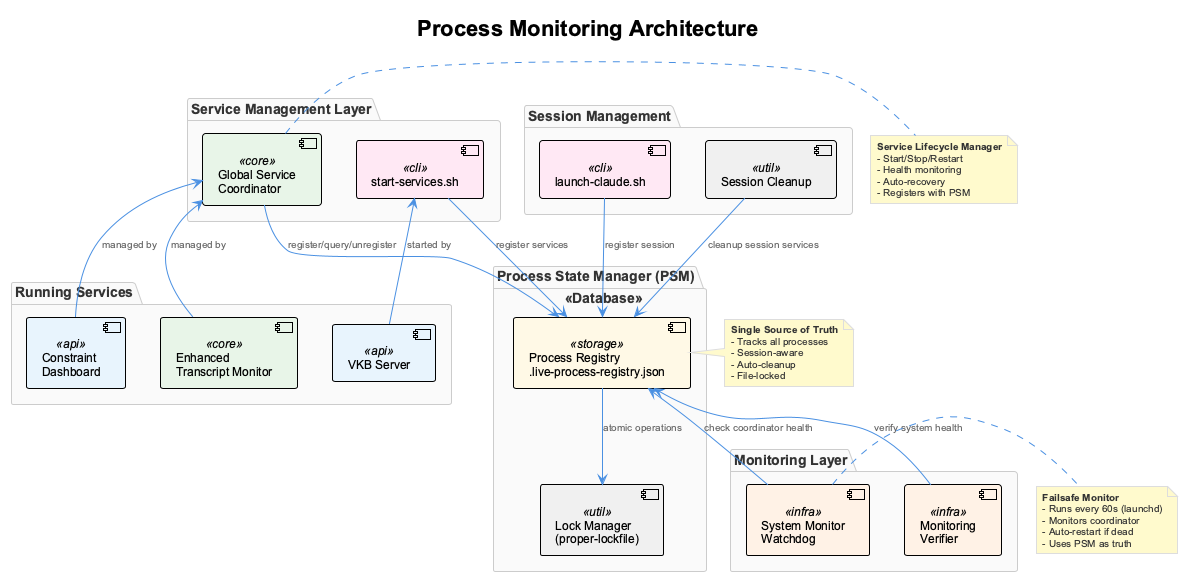
Above: docs-content/images/monitoring-architecture.png in fwornle/coding (PlantUML), before the change.
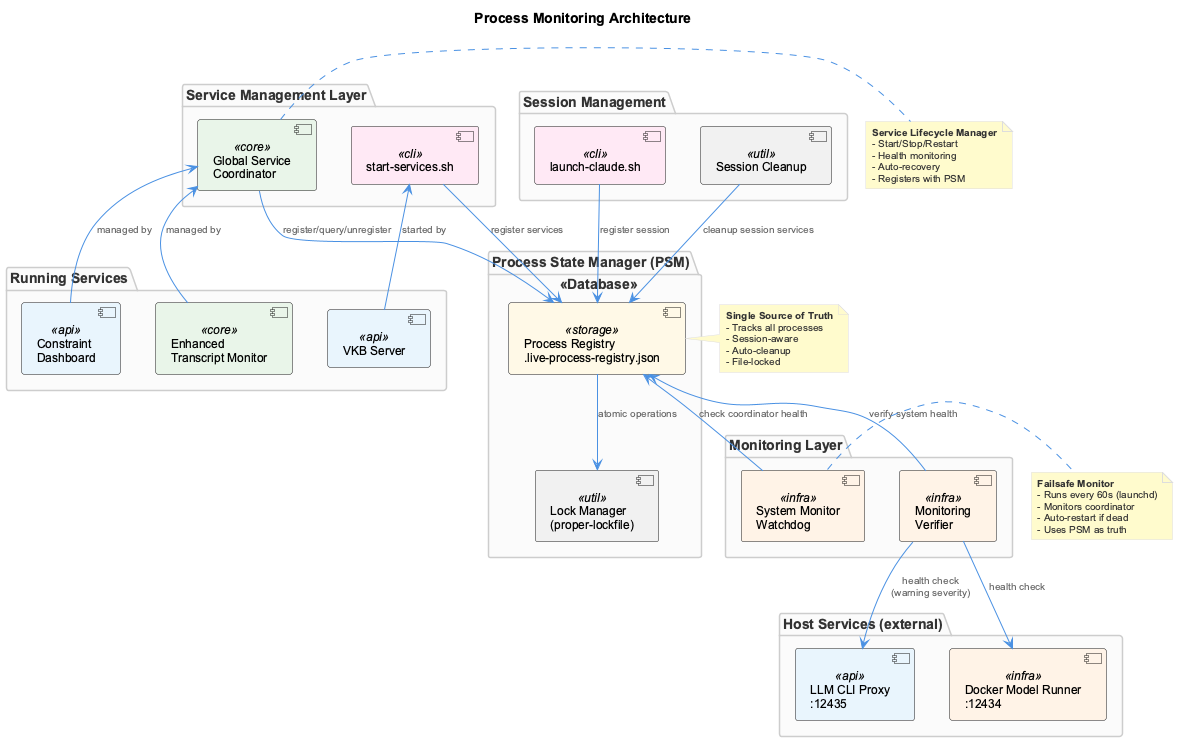
After the commit.

Change to the diagram source:
```diff
@@ -33,6 +33,11 @@
   component [VKB Server] as VKB <<api>>
 }
 
+package "Host Services (external)" {
+  component [LLM CLI Proxy\n:12435] as LLMProxy <<api>>
+  component [Docker Model Runner\n:12434] as DMR <<infra>>
+}
+
 LaunchClaude -down-> PSM_Registry : register session
 Cleanup -down-> PSM_Registry : cleanup session services
 Coordinator -down-> PSM_Registry : register/query/unregister
@@ -44,6 +49,9 @@
 Dashboard -up-> Coordinator : managed by
 TranscriptMon -up-> Coordinator : managed by
 VKB -up-> StartScript : started by
+
+Verifier -down-> LLMProxy : health check\n(warning severity)
+Verifier -down-> DMR : health check
 
 note right of PSM_Registry
   **Single Source of Truth**
```
